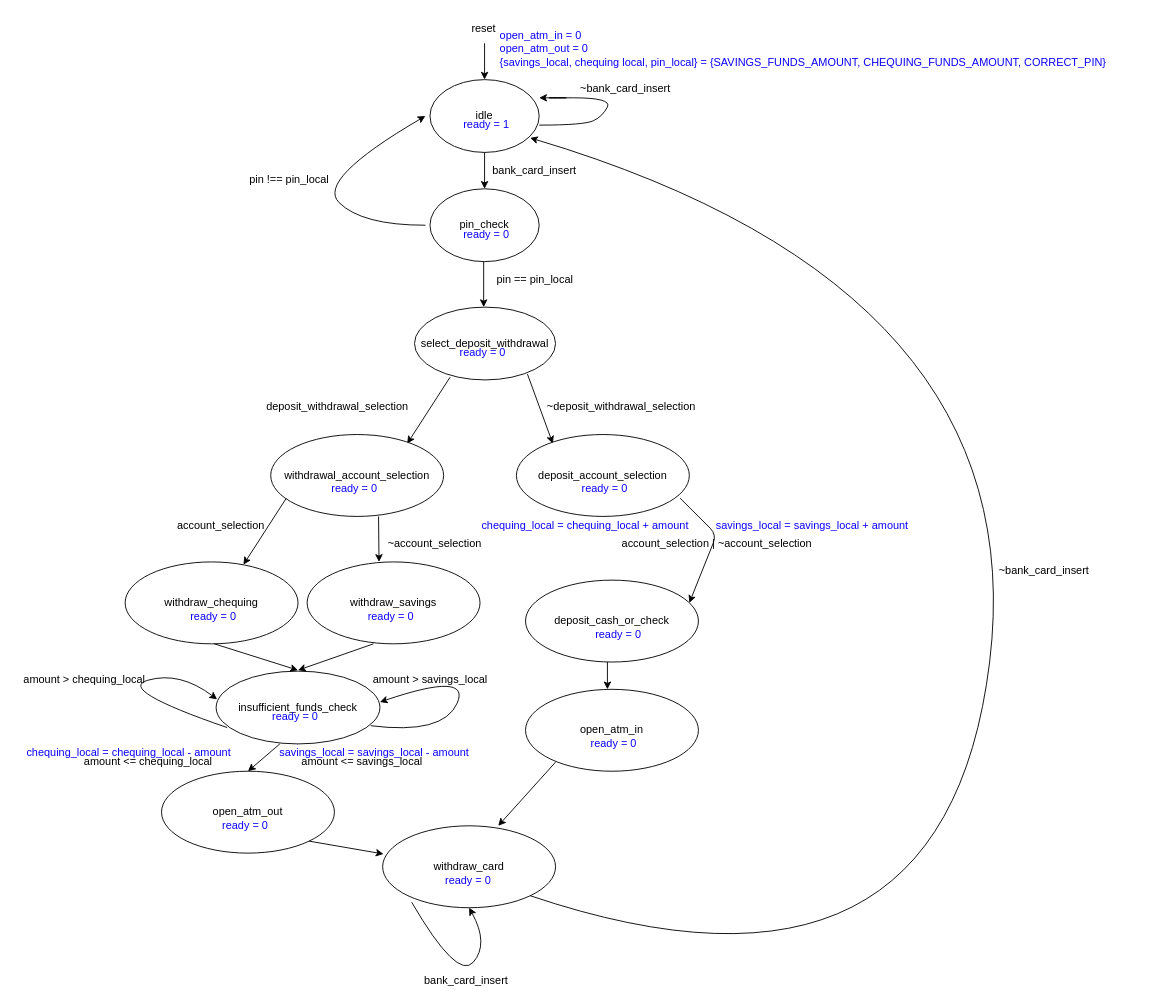
This is Proj1/fsm_state_diagram.drawio from mchuahua/ELEC402, a draw.io file, before an edit. Source tidied: cells renumbered, new cells numbered last; positions are measured from the earlier drawing's top-left corner, leaving out a move shared by most shapes. Both pictures are drawn from the tidied source at 91%, with x=0, y=0 at pixel (15, 15).
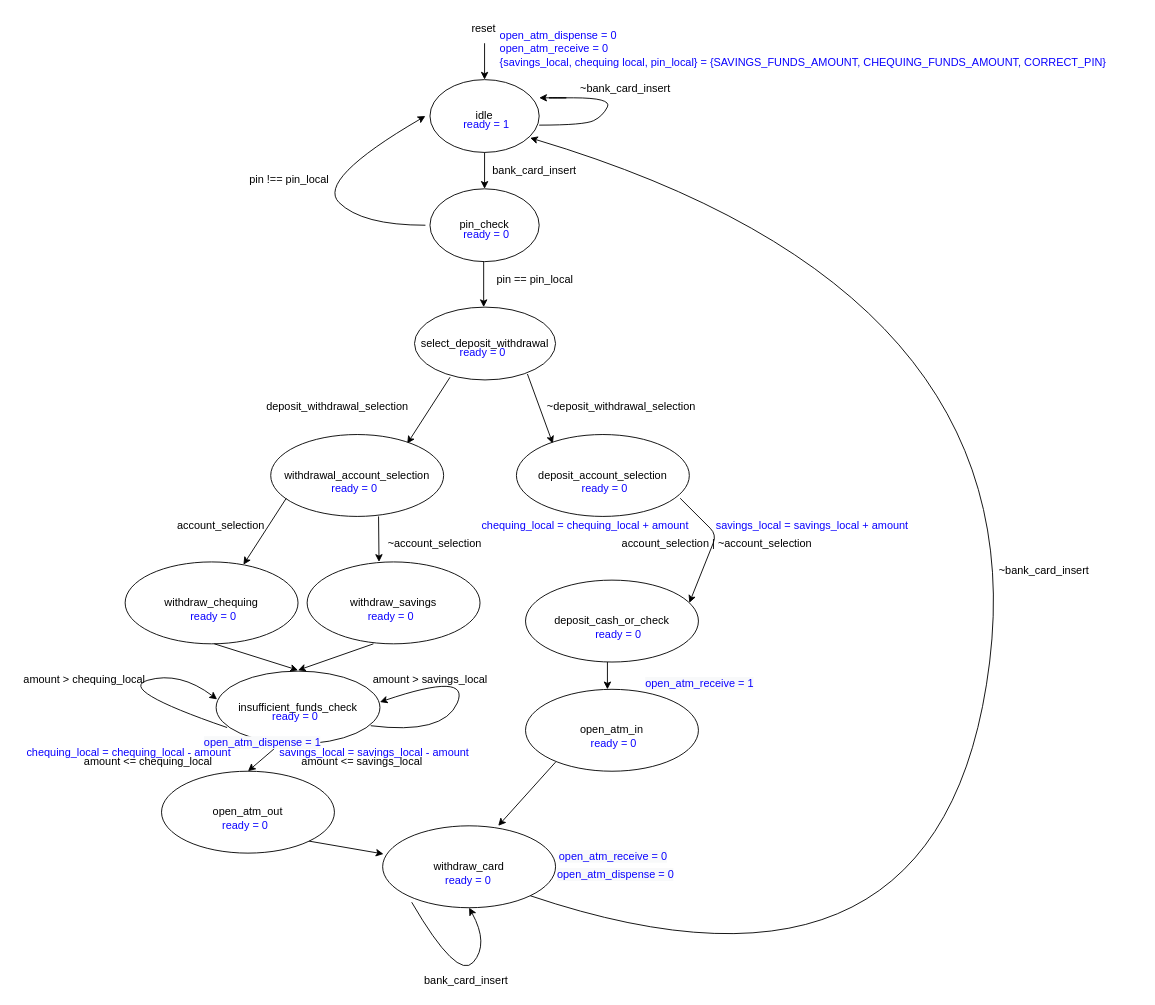
Above is the later version.

Commit message (it also covers changes not shown here):
Fixed open_atm_dispense/receive variables

What changed in the source:
```diff
@@
-    <mxCell id="44" value="&lt;font color=&quot;#0b03ff&quot;&gt;open_atm_in = 0&lt;br&gt;open_atm_out = 0&lt;br&gt;&lt;/font&gt;&lt;div&gt;&lt;span&gt;&lt;font color=&quot;#0b03ff&quot;&gt;{savings_local, chequing local, pin_local} = {SAVINGS_FUNDS_AMOUNT, CHEQUING_FUNDS_AMOUNT, CORRECT_PIN}&lt;/font&gt;&lt;/span&gt;&lt;/div&gt;" style="text;html=1;strokeColor=none;fillColor=none;align=left;verticalAlign=middle;whiteSpace=wrap;rounded=0;hachureGap=4;" parent="1" vertex="1">
+    <mxCell id="44" value="&lt;font color=&quot;#0b03ff&quot;&gt;open_atm_dispense = 0&lt;br&gt;open_atm_receive = 0&lt;br&gt;&lt;/font&gt;&lt;div&gt;&lt;span&gt;&lt;font color=&quot;#0b03ff&quot;&gt;{savings_local, chequing local, pin_local} = {SAVINGS_FUNDS_AMOUNT, CHEQUING_FUNDS_AMOUNT, CORRECT_PIN}&lt;/font&gt;&lt;/span&gt;&lt;/div&gt;" style="text;html=1;strokeColor=none;fillColor=none;align=left;verticalAlign=middle;whiteSpace=wrap;rounded=0;hachureGap=4;" parent="1" vertex="1">
       <mxGeometry x="530" y="26" width="705" height="20" as="geometry" />
     </mxCell>
@@
+    <mxCell id="65" value="&lt;span style=&quot;color: rgb(11 , 3 , 255) ; font-family: &amp;#34;helvetica&amp;#34; ; font-size: 12px ; font-style: normal ; font-weight: 400 ; letter-spacing: normal ; text-align: left ; text-indent: 0px ; text-transform: none ; word-spacing: 0px ; background-color: rgb(248 , 249 , 250) ; display: inline ; float: none&quot;&gt;open_atm_receive = 1&lt;/span&gt;" style="text;whiteSpace=wrap;html=1;" parent="1" vertex="1">
+      <mxGeometry x="690" y="720" width="140" height="30" as="geometry" />
+    </mxCell>
+    <mxCell id="66" value="&lt;span style=&quot;color: rgb(11 , 3 , 255) ; font-family: &amp;#34;helvetica&amp;#34; ; font-size: 12px ; font-style: normal ; font-weight: 400 ; letter-spacing: normal ; text-align: left ; text-indent: 0px ; text-transform: none ; word-spacing: 0px ; background-color: rgb(248 , 249 , 250) ; display: inline ; float: none&quot;&gt;open_atm_receive = 0&lt;br&gt;&lt;br&gt;&lt;/span&gt;" style="text;whiteSpace=wrap;html=1;" parent="1" vertex="1">
+      <mxGeometry x="595" y="910" width="140" height="30" as="geometry" />
+    </mxCell>
+    <mxCell id="67" value="&lt;span style=&quot;color: rgb(11 , 3 , 255) ; font-family: &amp;#34;helvetica&amp;#34; ; font-size: 12px ; font-style: normal ; font-weight: 400 ; letter-spacing: normal ; text-align: left ; text-indent: 0px ; text-transform: none ; word-spacing: 0px ; background-color: rgb(248 , 249 , 250) ; display: inline ; float: none&quot;&gt;open_atm_dispense = 1&lt;/span&gt;" style="text;whiteSpace=wrap;html=1;" parent="1" vertex="1">
+      <mxGeometry x="205" y="785" width="140" height="30" as="geometry" />
+    </mxCell>
+    <mxCell id="68" value="&lt;span style=&quot;color: rgb(11 , 3 , 255) ; font-family: &amp;#34;helvetica&amp;#34; ; font-size: 12px ; font-style: normal ; font-weight: 400 ; letter-spacing: normal ; text-align: left ; text-indent: 0px ; text-transform: none ; word-spacing: 0px ; background-color: rgb(248 , 249 , 250) ; display: inline ; float: none&quot;&gt;open_atm_dispense = 0&lt;/span&gt;" style="text;whiteSpace=wrap;html=1;" parent="1" vertex="1">
+      <mxGeometry x="593" y="930" width="140" height="30" as="geometry" />
+    </mxCell>
```
